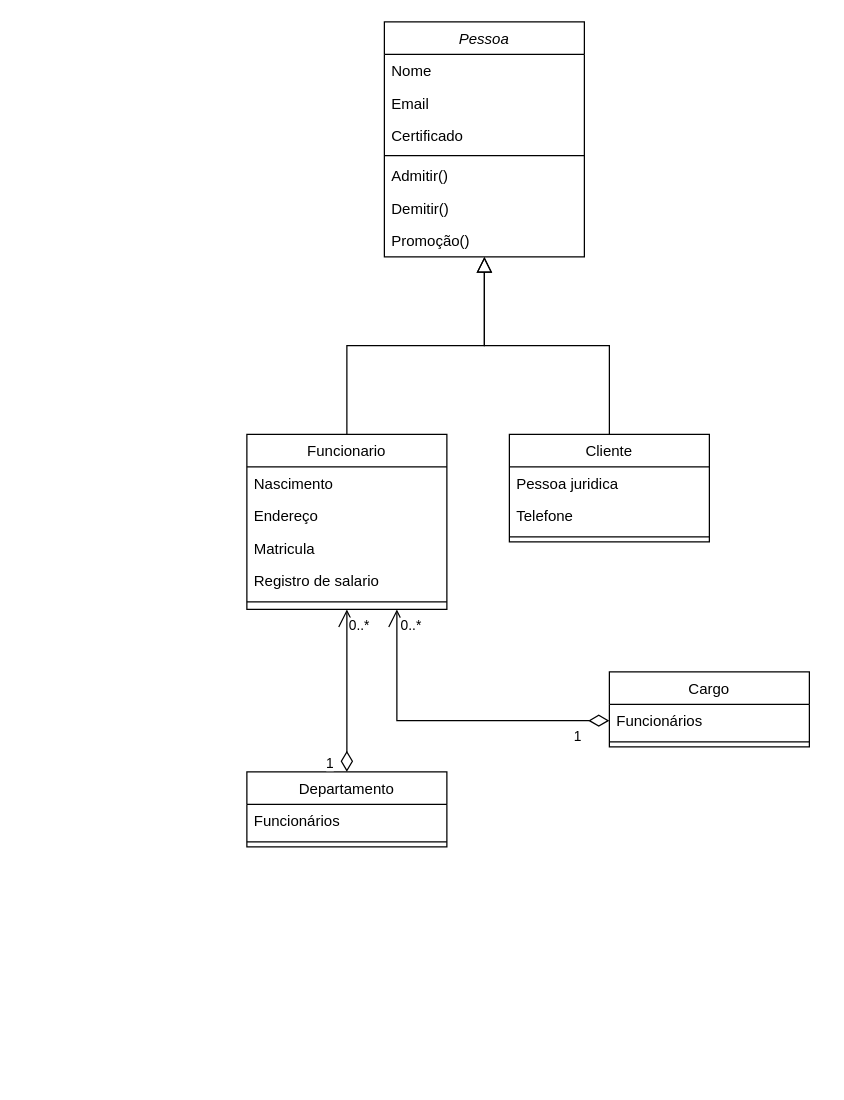
Earlier version of the draw.io diagram Sprint1.drawio (LDLPiao/tp_poo). Source tidied: cells renumbered, new cells numbered last; positions are measured from the earlier drawing's top-left corner, leaving out a move shared by most shapes. Both pictures are drawn from the tidied source at 125%, with x=0, y=0 at pixel (246, 21).
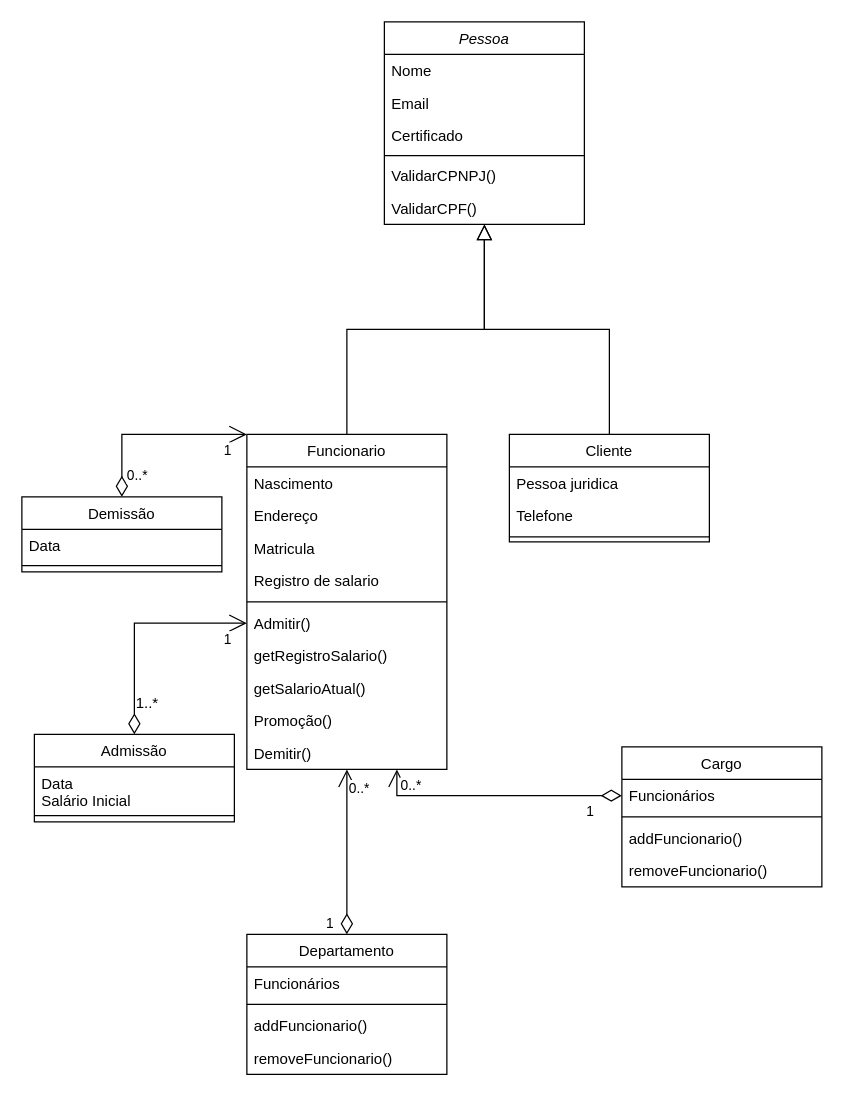
The same page after the edit.

What changed in the source:
```diff
@@
     <mxCell id="2" value="Pessoa" style="swimlane;fontStyle=2;align=center;verticalAlign=top;horizontal=1;startSize=26;rounded=0;shadow=0;strokeWidth=1;" parent="1" vertex="1">
-      <mxGeometry x="110" width="160" height="188" as="geometry" />
+      <mxGeometry x="110" width="160" height="162" as="geometry" />
     </mxCell>
@@
-    <mxCell id="7" value="Admitir()" style="text;align=left;verticalAlign=top;spacingLeft=4;spacingRight=4;overflow=hidden;points=[[0,0.5],[1,0.5]];portConstraint=eastwest;rounded=0;shadow=0;html=0;" parent="2" vertex="1">
-      <mxGeometry y="110" width="160" height="26" as="geometry" />
-    </mxCell>
-    <mxCell id="8" value="Demitir()" style="text;align=left;verticalAlign=top;spacingLeft=4;spacingRight=4;overflow=hidden;rounded=0;shadow=0;html=0;" parent="2" vertex="1">
-      <mxGeometry y="136" width="160" height="26" as="geometry" />
-    </mxCell>
-    <mxCell id="9" value="Promoção()" style="text;align=left;verticalAlign=top;spacingLeft=4;spacingRight=4;overflow=hidden;rounded=0;shadow=0;html=0;" parent="2" vertex="1">
-      <mxGeometry y="162" width="160" height="26" as="geometry" />
-    </mxCell>
+    <mxCell id="34" value="ValidarCPNPJ()" style="text;align=left;verticalAlign=top;spacingLeft=4;spacingRight=4;overflow=hidden;rounded=0;shadow=0;html=0;" parent="2" vertex="1">
+      <mxGeometry y="110" width="160" height="26" as="geometry" />
+    </mxCell>
+    <mxCell id="35" value="ValidarCPF()" style="text;align=left;verticalAlign=top;spacingLeft=4;spacingRight=4;overflow=hidden;rounded=0;shadow=0;html=0;" parent="2" vertex="1">
+      <mxGeometry y="136" width="160" height="26" as="geometry" />
+    </mxCell>
     <mxCell id="10" value="Funcionario" style="swimlane;fontStyle=0;align=center;verticalAlign=top;horizontal=1;startSize=26;rounded=0;shadow=0;strokeWidth=1;" parent="1" vertex="1">
-      <mxGeometry y="330" width="160" height="140" as="geometry" />
+      <mxGeometry y="330" width="160" height="268" as="geometry" />
     </mxCell>
@@
+    <mxCell id="7" value="Admitir()" style="text;align=left;verticalAlign=top;spacingLeft=4;spacingRight=4;overflow=hidden;points=[[0,0.5],[1,0.5]];portConstraint=eastwest;" parent="10" vertex="1">
+      <mxGeometry y="138" width="160" height="26" as="geometry" />
+    </mxCell>
+    <mxCell id="36" value="getRegistroSalario()" style="text;align=left;verticalAlign=top;spacingLeft=4;spacingRight=4;overflow=hidden;fontStyle=0;" parent="10" vertex="1">
+      <mxGeometry y="164" width="160" height="26" as="geometry" />
+    </mxCell>
+    <mxCell id="37" value="getSalarioAtual()" style="text;align=left;verticalAlign=top;spacingLeft=4;spacingRight=4;overflow=hidden;fontStyle=0;" parent="10" vertex="1">
+      <mxGeometry y="190" width="160" height="26" as="geometry" />
+    </mxCell>
+    <mxCell id="9" value="Promoção()" style="text;align=left;verticalAlign=top;spacingLeft=4;spacingRight=4;overflow=hidden;rounded=0;shadow=0;html=0;" parent="10" vertex="1">
+      <mxGeometry y="216" width="160" height="26" as="geometry" />
+    </mxCell>
+    <mxCell id="8" value="Demitir()" style="text;align=left;verticalAlign=top;spacingLeft=4;spacingRight=4;overflow=hidden;rounded=0;shadow=0;html=0;" parent="10" vertex="1">
+      <mxGeometry y="242" width="160" height="26" as="geometry" />
+    </mxCell>
@@
     <mxCell id="22" value="Departamento" style="swimlane;fontStyle=0;align=center;verticalAlign=top;horizontal=1;startSize=26;rounded=0;shadow=0;strokeWidth=1;" parent="1" vertex="1">
-      <mxGeometry y="600" width="160" height="60" as="geometry" />
+      <mxGeometry y="730" width="160" height="112" as="geometry" />
     </mxCell>
@@
+    <mxCell id="38" value="addFuncionario()" style="text;align=left;verticalAlign=top;spacingLeft=4;spacingRight=4;overflow=hidden;" parent="22" vertex="1">
+      <mxGeometry y="60" width="160" height="26" as="geometry" />
+    </mxCell>
+    <mxCell id="39" value="removeFuncionario()" style="text;align=left;verticalAlign=top;spacingLeft=4;spacingRight=4;overflow=hidden;" parent="22" vertex="1">
+      <mxGeometry y="86" width="160" height="26" as="geometry" />
+    </mxCell>
     <mxCell id="25" value="Cargo" style="swimlane;fontStyle=0;align=center;verticalAlign=top;horizontal=1;startSize=26;rounded=0;shadow=0;strokeWidth=1;" parent="1" vertex="1">
-      <mxGeometry x="290" y="520" width="160" height="60" as="geometry" />
+      <mxGeometry x="300" y="580" width="160" height="112" as="geometry" />
     </mxCell>
@@
+    <mxCell id="40" value="addFuncionario()" style="text;align=left;verticalAlign=top;spacingLeft=4;spacingRight=4;overflow=hidden;" parent="25" vertex="1">
+      <mxGeometry y="60" width="160" height="26" as="geometry" />
+    </mxCell>
+    <mxCell id="41" value="removeFuncionario()" style="text;align=left;verticalAlign=top;spacingLeft=4;spacingRight=4;overflow=hidden;" parent="25" vertex="1">
+      <mxGeometry y="86" width="160" height="26" as="geometry" />
+    </mxCell>
@@
+    <mxCell id="42" style="endArrow=open;html=1;endSize=12;startArrow=diamondThin;startSize=14;startFill=0;edgeStyle=orthogonalEdgeStyle;rounded=0;exitX=0.5;exitY=0;exitDx=0;exitDy=0;entryX=0;entryY=0.5;entryDx=0;entryDy=0;" parent="1" edge="1" source="44" target="7">
+      <mxGeometry x="0.08" y="100" relative="1" as="geometry">
+        <Array as="points">
+          <mxPoint x="-90" y="481" />
+        </Array>
+      </mxGeometry>
+    </mxCell>
+    <mxCell id="43" value="1" style="edgeLabel;html=1;align=left;verticalAlign=top;" parent="42" vertex="1">
+      <mxGeometry x="-1" relative="1" as="geometry">
+        <mxPoint x="70" y="-89" as="offset" />
+      </mxGeometry>
+    </mxCell>
+    <mxCell id="44" value="Admissão" style="swimlane;fontStyle=0;align=center;verticalAlign=top;horizontal=1;startSize=26;rounded=0;shadow=0;strokeWidth=1;" parent="1" vertex="1">
+      <mxGeometry x="-170" y="570" width="160" height="70" as="geometry" />
+    </mxCell>
+    <mxCell id="45" value="Data&#10;Salário Inicial" style="text;align=left;verticalAlign=top;spacingLeft=4;spacingRight=4;overflow=hidden;" parent="44" vertex="1">
+      <mxGeometry y="26" width="160" height="34" as="geometry" />
+    </mxCell>
+    <mxCell id="46" style="line;html=1;strokeWidth=1;align=left;verticalAlign=middle;spacingTop=-1;spacingLeft=3;spacingRight=3;labelPosition=right;" parent="44" vertex="1">
+      <mxGeometry y="60" width="160" height="10" as="geometry" />
+    </mxCell>
+    <mxCell id="47" value="1..*" style="text;html=1;align=center;verticalAlign=middle;strokeColor=none;fillColor=none;" parent="1" vertex="1">
+      <mxGeometry x="-100" y="530" width="40" height="30" as="geometry" />
+    </mxCell>
+    <mxCell id="48" value="Demissão" style="swimlane;fontStyle=0;align=center;verticalAlign=top;horizontal=1;startSize=26;rounded=0;shadow=0;strokeWidth=1;" parent="1" vertex="1">
+      <mxGeometry x="-180" y="380" width="160" height="60" as="geometry" />
+    </mxCell>
+    <mxCell id="49" value="Data" style="text;align=left;verticalAlign=top;spacingLeft=4;spacingRight=4;overflow=hidden;" parent="48" vertex="1">
+      <mxGeometry y="26" width="160" height="24" as="geometry" />
+    </mxCell>
+    <mxCell id="50" style="line;html=1;strokeWidth=1;align=left;verticalAlign=middle;spacingTop=-1;spacingLeft=3;spacingRight=3;labelPosition=right;" parent="48" vertex="1">
+      <mxGeometry y="50" width="160" height="10" as="geometry" />
+    </mxCell>
+    <mxCell id="51" style="endArrow=open;html=1;endSize=12;startArrow=diamondThin;startSize=14;startFill=0;edgeStyle=orthogonalEdgeStyle;rounded=0;entryX=0;entryY=0;entryDx=0;entryDy=0;exitX=0.5;exitY=0;exitDx=0;exitDy=0;" parent="1" edge="1" source="48" target="10">
+      <mxGeometry relative="1" as="geometry">
+        <Array as="points">
+          <mxPoint x="-100" y="330" />
+        </Array>
+      </mxGeometry>
+    </mxCell>
+    <mxCell id="52" value="1" style="edgeLabel;html=1;align=left;verticalAlign=top;" parent="51" vertex="1">
+      <mxGeometry x="-1" relative="1" as="geometry">
+        <mxPoint x="80" y="-50" as="offset" />
+      </mxGeometry>
+    </mxCell>
+    <mxCell id="53" value="0..*" style="edgeLabel;html=1;align=right;verticalAlign=top;" parent="51" vertex="1">
+      <mxGeometry x="1" relative="1" as="geometry">
+        <mxPoint x="-79" y="20" as="offset" />
+      </mxGeometry>
+    </mxCell>
```
